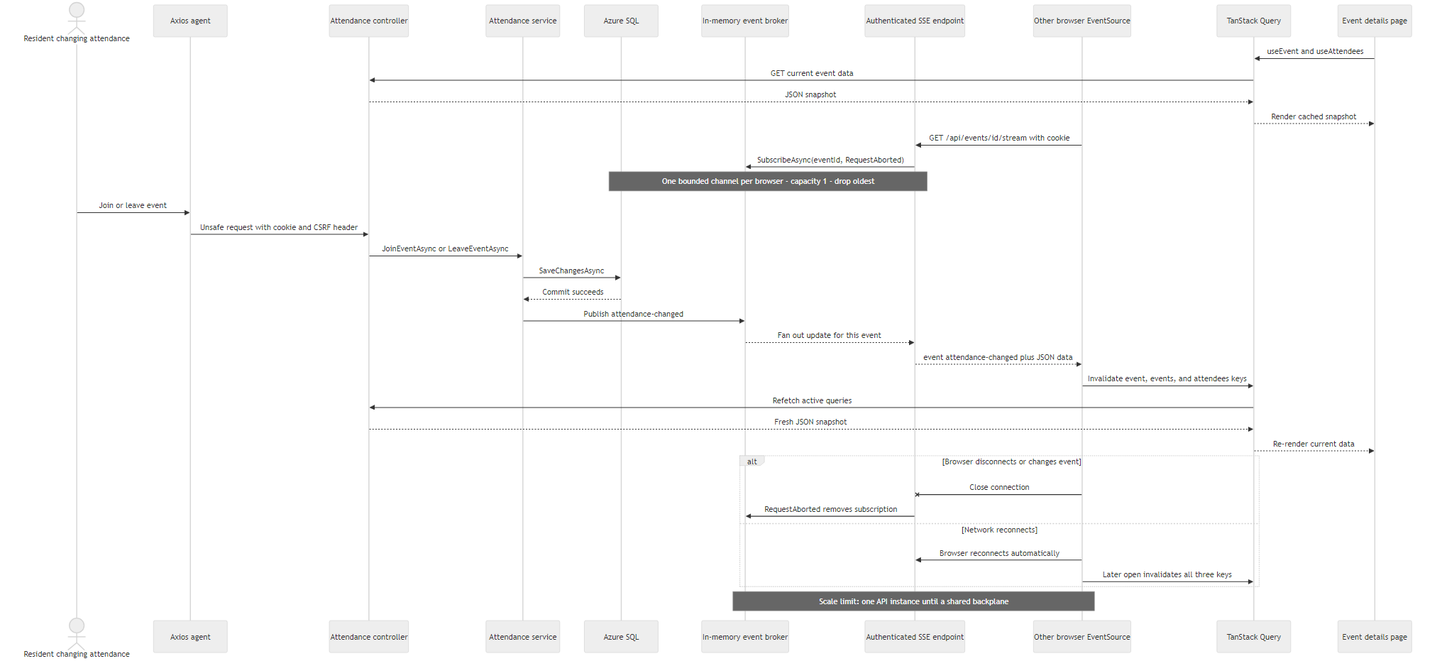
Above: HoaCommunityEvents/docs/diagrams/sse-attendance-invalidation-sequence.png in Victor-CS-Core/hoa-practice-project (Mermaid), before the change. Its source is kept beside it as HoaCommunityEvents/docs/diagrams/sse-attendance-invalidation-sequence.mmd.
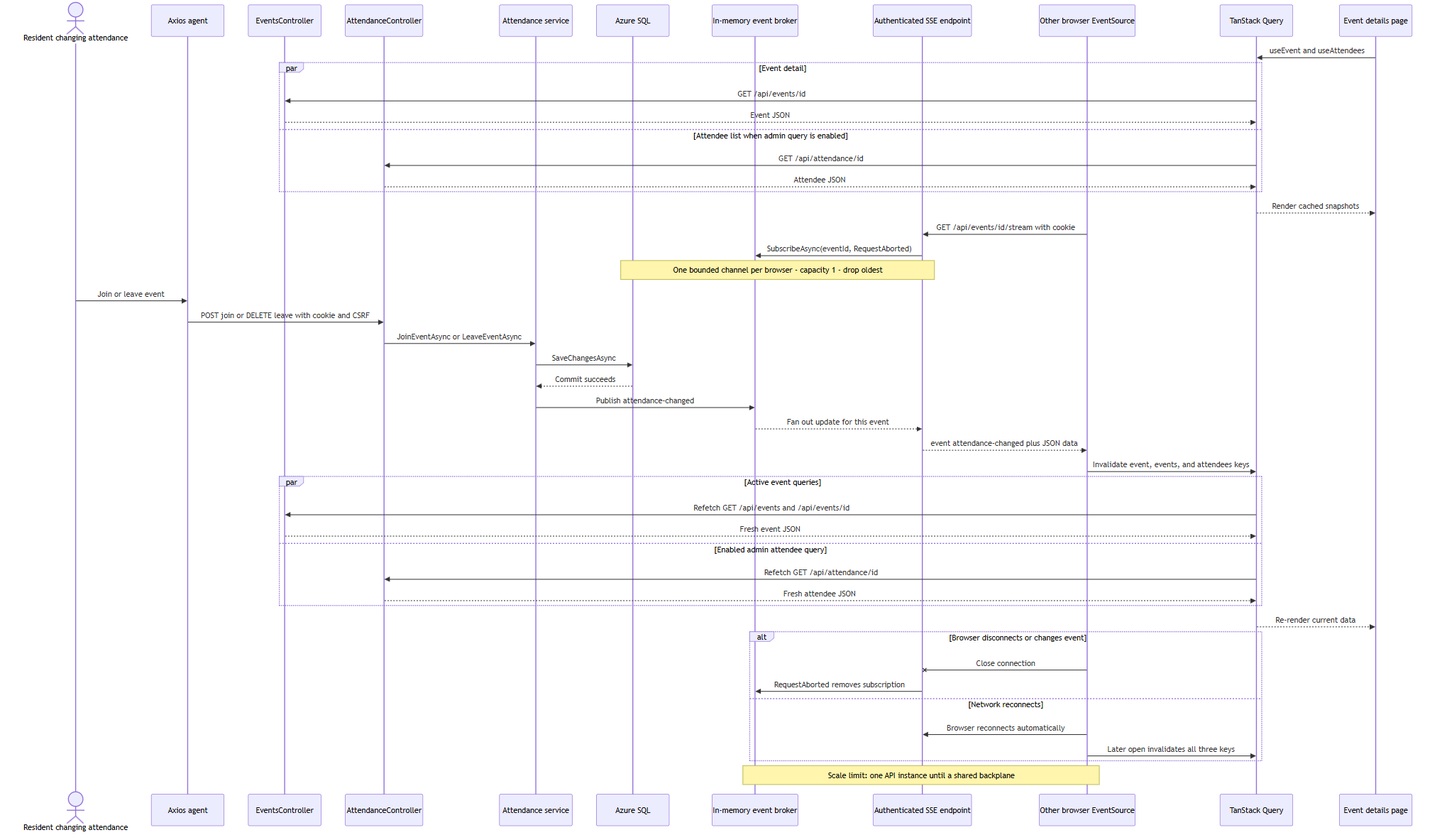
The same diagram one commit later.

The edit, as a diff of the source:
```diff
@@ -1,7 +1,8 @@
 sequenceDiagram
   actor ResidentA as Resident changing attendance
   participant AxiosA as Axios agent
-  participant API as Attendance controller
+  participant EventsAPI as EventsController
+  participant AttendanceAPI as AttendanceController
   participant Service as Attendance service
   participant SQL as Azure SQL
   participant Broker as In-memory event broker
@@ -11,25 +12,35 @@
   participant Page as Event details page
 
   Page->>Query: useEvent and useAttendees
-  Query->>API: GET current event data
-  API-->>Query: JSON snapshot
-  Query-->>Page: Render cached snapshot
+  par Event detail
+    Query->>EventsAPI: GET /api/events/id
+    EventsAPI-->>Query: Event JSON
+  and Attendee list when admin query is enabled
+    Query->>AttendanceAPI: GET /api/attendance/id
+    AttendanceAPI-->>Query: Attendee JSON
+  end
+  Query-->>Page: Render cached snapshots
 
   EventSource->>Stream: GET /api/events/id/stream with cookie
   Stream->>Broker: SubscribeAsync(eventId, RequestAborted)
   Note over SQL,Stream: One bounded channel per browser - capacity 1 - drop oldest
 
   ResidentA->>AxiosA: Join or leave event
-  AxiosA->>API: Unsafe request with cookie and CSRF header
-  API->>Service: JoinEventAsync or LeaveEventAsync
+  AxiosA->>AttendanceAPI: POST join or DELETE leave with cookie and CSRF
+  AttendanceAPI->>Service: JoinEventAsync or LeaveEventAsync
   Service->>SQL: SaveChangesAsync
   SQL-->>Service: Commit succeeds
   Service->>Broker: Publish attendance-changed
   Broker-->>Stream: Fan out update for this event
   Stream-->>EventSource: event attendance-changed plus JSON data
   EventSource->>Query: Invalidate event, events, and attendees keys
-  Query->>API: Refetch active queries
-  API-->>Query: Fresh JSON snapshot
+  par Active event queries
+    Query->>EventsAPI: Refetch GET /api/events and /api/events/id
+    EventsAPI-->>Query: Fresh event JSON
+  and Enabled admin attendee query
+    Query->>AttendanceAPI: Refetch GET /api/attendance/id
+    AttendanceAPI-->>Query: Fresh attendee JSON
+  end
   Query-->>Page: Re-render current data
 
   alt Browser disconnects or changes event
```
